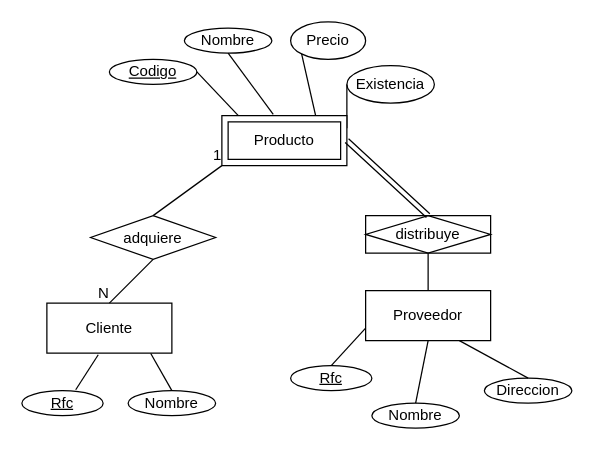
IsraMejia/DiagramasEntidadRelacion keeps this draw.io diagram as Untitled Diagram.drawio. Above is the earlier version. Source tidied: cells renumbered, new cells numbered last; positions are measured from the earlier drawing's top-left corner, leaving out a move shared by most shapes. Both pictures are drawn from the tidied source at 125%, with x=0, y=0 at pixel (21, 21).
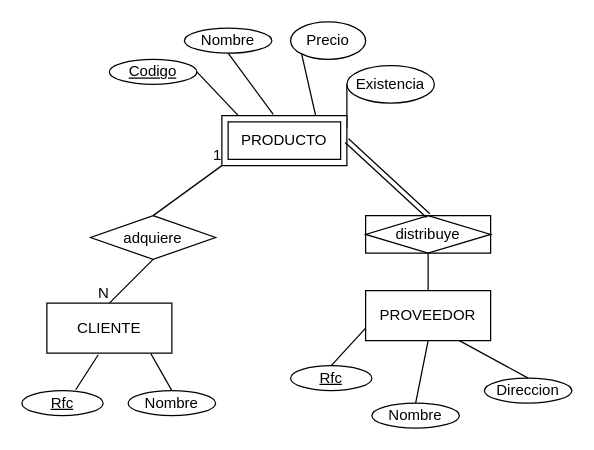
The same page after the edit.

The edit, as a diff of the source:
```diff
@@
-    <mxCell id="10" value="Producto" style="shape=ext;margin=3;double=1;whiteSpace=wrap;html=1;align=center;" parent="1" vertex="1">
+    <mxCell id="10" value="PRODUCTO" style="shape=ext;margin=3;double=1;whiteSpace=wrap;html=1;align=center;" parent="1" vertex="1">
       <mxGeometry x="160" y="75" width="100" height="40" as="geometry" />
     </mxCell>
@@
-    <mxCell id="14" value="Proveedor" style="whiteSpace=wrap;html=1;align=center;" parent="1" vertex="1">
+    <mxCell id="14" value="PROVEEDOR" style="whiteSpace=wrap;html=1;align=center;" parent="1" vertex="1">
       <mxGeometry x="275" y="215" width="100" height="40" as="geometry" />
     </mxCell>
@@
-    <mxCell id="24" value="Cliente" style="whiteSpace=wrap;html=1;align=center;" parent="1" vertex="1">
+    <mxCell id="24" value="CLIENTE" style="whiteSpace=wrap;html=1;align=center;" parent="1" vertex="1">
       <mxGeometry x="20" y="225" width="100" height="40" as="geometry" />
     </mxCell>
```
